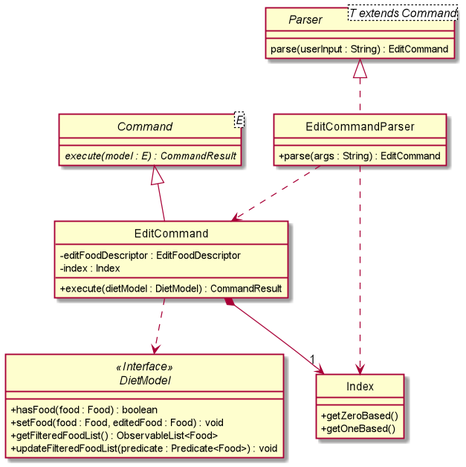
Earlier version of the PlantUML export images/DietTrackerEditCommandClassDiagram.png (AY1920S2-CS2103T-W13-1/main).
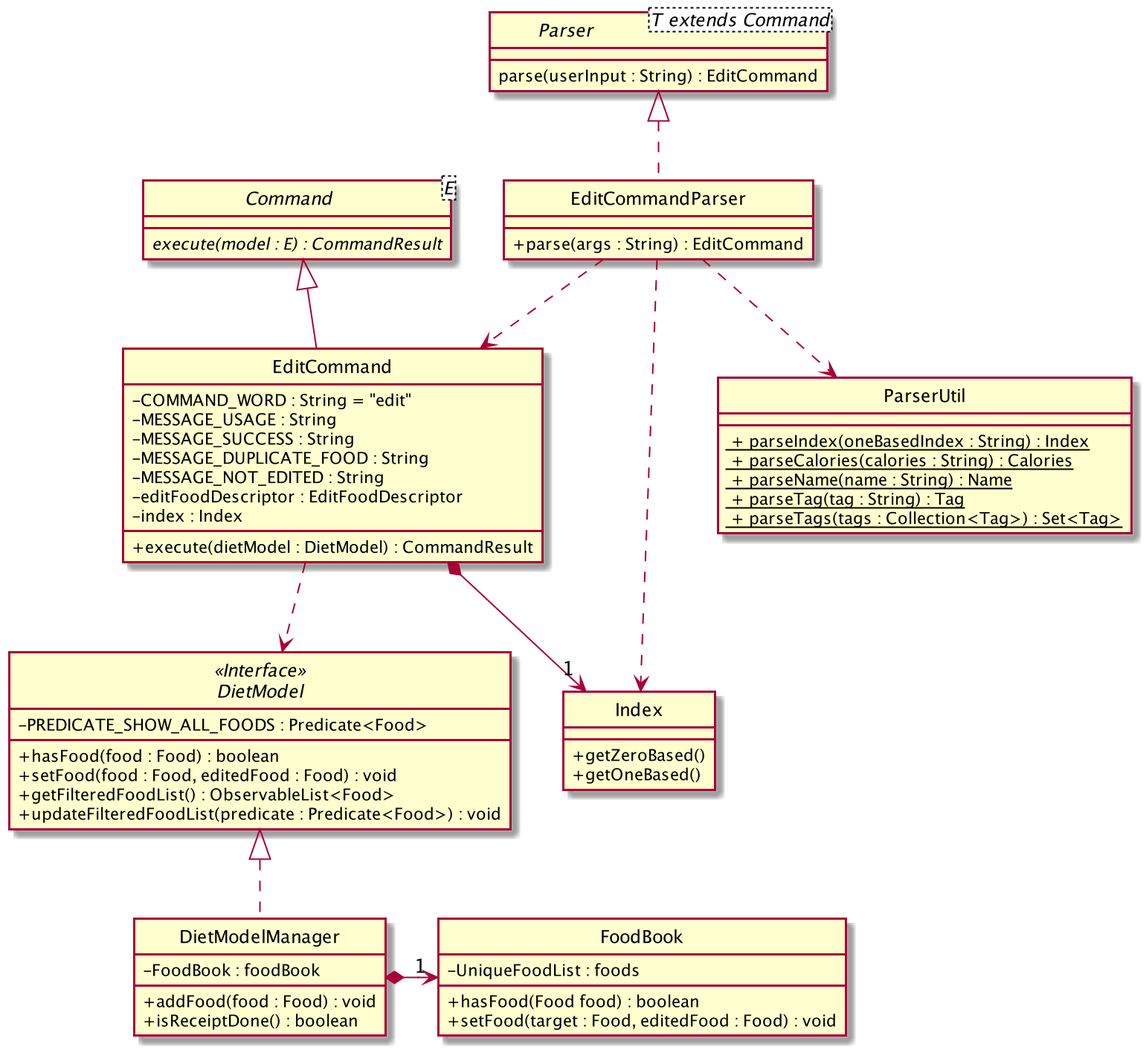
The same file after the commit.

The edit, as a diff of the source:
```diff
@@ -18,6 +18,11 @@
 }
 
 class EditCommand extends Command {
+    - COMMAND_WORD : String = "edit"
+    - MESSAGE_USAGE : String
+    - MESSAGE_SUCCESS : String
+    - MESSAGE_DUPLICATE_FOOD : String
+    - MESSAGE_NOT_EDITED : String
     - editFoodDescriptor : EditFoodDescriptor
     - index : Index
 
@@ -26,6 +31,8 @@
 }
 
 interface DietModel <<Interface>> {
+    - PREDICATE_SHOW_ALL_FOODS : Predicate<Food>
+
     + hasFood(food : Food) : boolean
     + setFood(food : Food, editedFood : Food) : void
     + getFilteredFoodList() : ObservableList<Food>
@@ -37,10 +44,34 @@
     + getOneBased()
 }
 
+class ParserUtil {
+    <u> + parseIndex(oneBasedIndex : String) : Index
+    <u> + parseCalories(calories : String) : Calories
+    <u> + parseName(name : String) : Name
+    <u> + parseTag(tag : String) : Tag
+    <u> + parseTags(tags : Collection<Tag>) : Set<Tag>
+}
+
+class DietModelManager implements DietModel {
+    - FoodBook : foodBook
+
+    + addFood(food : Food) : void
+    + isReceiptDone() : boolean
+}
+
+class FoodBook {
+    - UniqueFoodList : foods
+
+    + hasFood(Food food) : boolean
+    + setFood(target : Food, editedFood : Food) : void
+}
+
 
 EditCommandParser ..> EditCommand
+EditCommandParser ..> ParserUtil
 EditCommand ..> DietModel
 EditCommandParser ..> Index
 EditCommand *--> "1" Index
+DietModelManager *-right->"1" FoodBook
 
 @enduml
```
